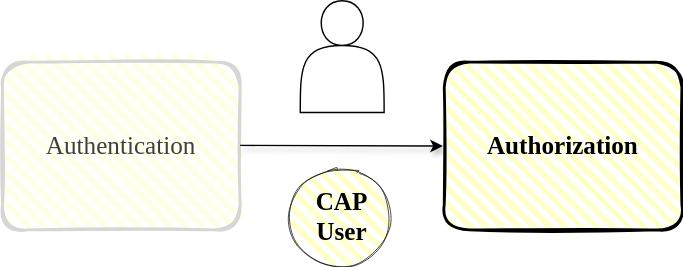
This is guides/security/assets/authorization.drawio.svg from capire/docs, a draw.io export, as it was before one commit. Source tidied: cells renumbered, new cells last; positions are measured from the earlier drawing's top-left corner, leaving out a move shared by most shapes. Source of this version:
```xml
<mxGraphModel>
  <root>
    <mxCell id="0" />
    <mxCell id="1" parent="0" />
    <mxCell id="2" value="&lt;font style=&quot;font-size: 18px;&quot; face=&quot;Comic Sans MS&quot;&gt;&lt;b&gt;Authorization&lt;/b&gt;&lt;/font&gt;" style="rounded=1;whiteSpace=wrap;html=1;strokeWidth=2;fillWeight=4;hachureGap=8;hachureAngle=45;fillColor=#FFFFCC;sketch=1;" parent="1" vertex="1">
      <mxGeometry x="316" y="44" width="170" height="120" as="geometry" />
    </mxCell>
    <mxCell id="3" value="&lt;span style=&quot;color: rgb(63, 63, 63); font-family: &amp;quot;Comic Sans MS&amp;quot;; font-size: 18px;&quot;&gt;Authentication&lt;/span&gt;" style="rounded=1;whiteSpace=wrap;html=1;strokeWidth=2;fillWeight=4;hachureGap=8;hachureAngle=45;fillColor=rgba(255,255,204,0.5);sketch=1;strokeColor=#D6D6D6;fontColor=#808080;" parent="1" vertex="1">
      <mxGeometry y="44" width="170" height="120" as="geometry" />
    </mxCell>
    <mxCell id="4" style="edgeStyle=none;orthogonalLoop=1;jettySize=auto;html=1;shadow=1;entryX=0;entryY=0.5;entryDx=0;entryDy=0;" parent="1" edge="1">
      <mxGeometry relative="1" as="geometry">
        <mxPoint x="170" y="103.5" as="sourcePoint" />
        <mxPoint x="315" y="104" as="targetPoint" />
      </mxGeometry>
    </mxCell>
    <mxCell id="5" style="ellipse;whiteSpace=wrap;html=1;rounded=1;whiteSpace=wrap;html=1;strokeWidth=0.5;fillWeight=4;hachureGap=8;hachureAngle=45;fillColor=#FFFFCC;sketch=1;" parent="1" vertex="1">
      <mxGeometry x="206" y="120" width="70" height="70" as="geometry" />
    </mxCell>
    <mxCell id="6" value="&lt;font style=&quot;font-size: 18px;&quot; face=&quot;Comic Sans MS&quot;&gt;&lt;b&gt;CAP User&lt;/b&gt;&lt;/font&gt;" style="text;html=1;align=center;verticalAlign=middle;whiteSpace=wrap;rounded=0;" parent="1" vertex="1">
      <mxGeometry x="213" y="140" width="60" height="30" as="geometry" />
    </mxCell>
    <mxCell id="7" style="shape=actor;whiteSpace=wrap;html=1;" parent="1" vertex="1">
      <mxGeometry x="213" width="60" height="80" as="geometry" />
    </mxCell>
  </root>
</mxGraphModel>
```
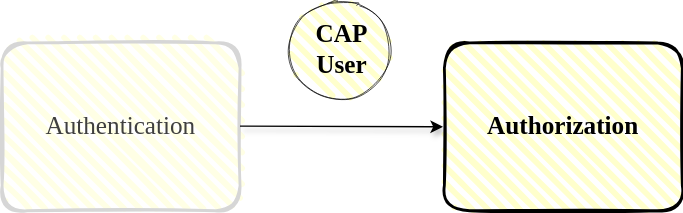
The same diagram one commit later.

The edit, as a diff of the source:
```diff
@@ -15,13 +15,10 @@
       </mxGeometry>
     </mxCell>
     <mxCell id="5" style="ellipse;whiteSpace=wrap;html=1;rounded=1;whiteSpace=wrap;html=1;strokeWidth=0.5;fillWeight=4;hachureGap=8;hachureAngle=45;fillColor=#FFFFCC;sketch=1;" parent="1" vertex="1">
-      <mxGeometry x="206" y="120" width="70" height="70" as="geometry" />
+      <mxGeometry x="206" y="14" width="70" height="70" as="geometry" />
     </mxCell>
     <mxCell id="6" value="&lt;font style=&quot;font-size: 18px;&quot; face=&quot;Comic Sans MS&quot;&gt;&lt;b&gt;CAP User&lt;/b&gt;&lt;/font&gt;" style="text;html=1;align=center;verticalAlign=middle;whiteSpace=wrap;rounded=0;" parent="1" vertex="1">
-      <mxGeometry x="213" y="140" width="60" height="30" as="geometry" />
+      <mxGeometry x="213" y="34" width="60" height="30" as="geometry" />
     </mxCell>
-    <mxCell id="7" style="shape=actor;whiteSpace=wrap;html=1;" parent="1" vertex="1">
-      <mxGeometry x="213" width="60" height="80" as="geometry" />
-    </mxCell>
   </root>
 </mxGraphModel>
```
